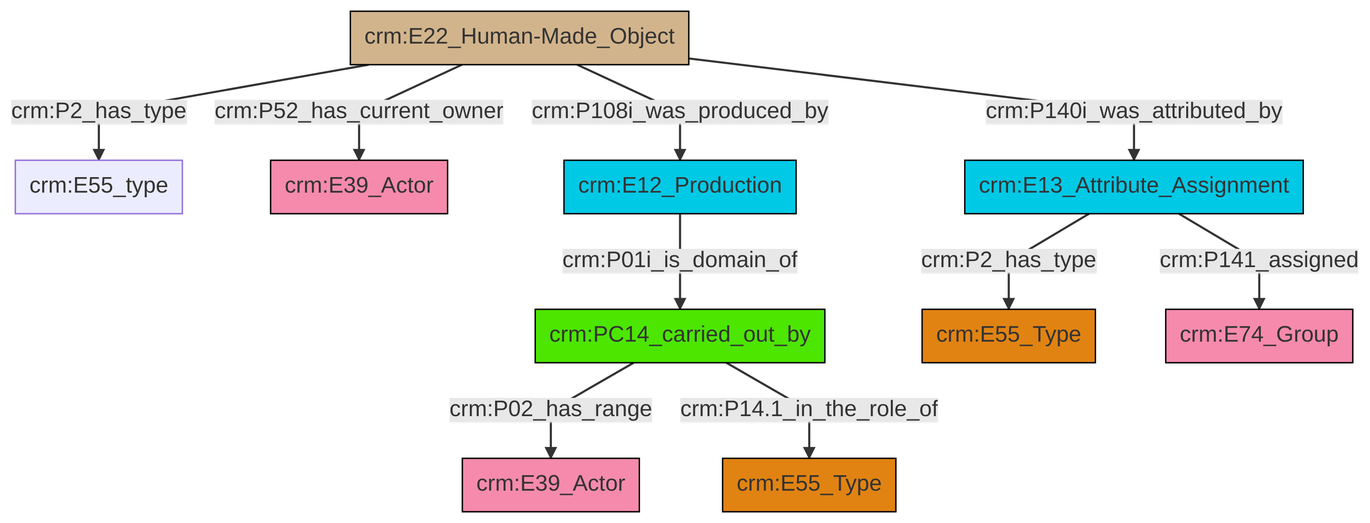
Above: et/builtWorkCSV/ttl/mmd/png/Built_Work_actor_relations.png in swiss-art-research-net/docs.swissartresearch (Mermaid), before the change. Its source is kept beside it as et/builtWorkCSV/ttl/mmd/Built_Work_actor_relations.ttl.mmd.
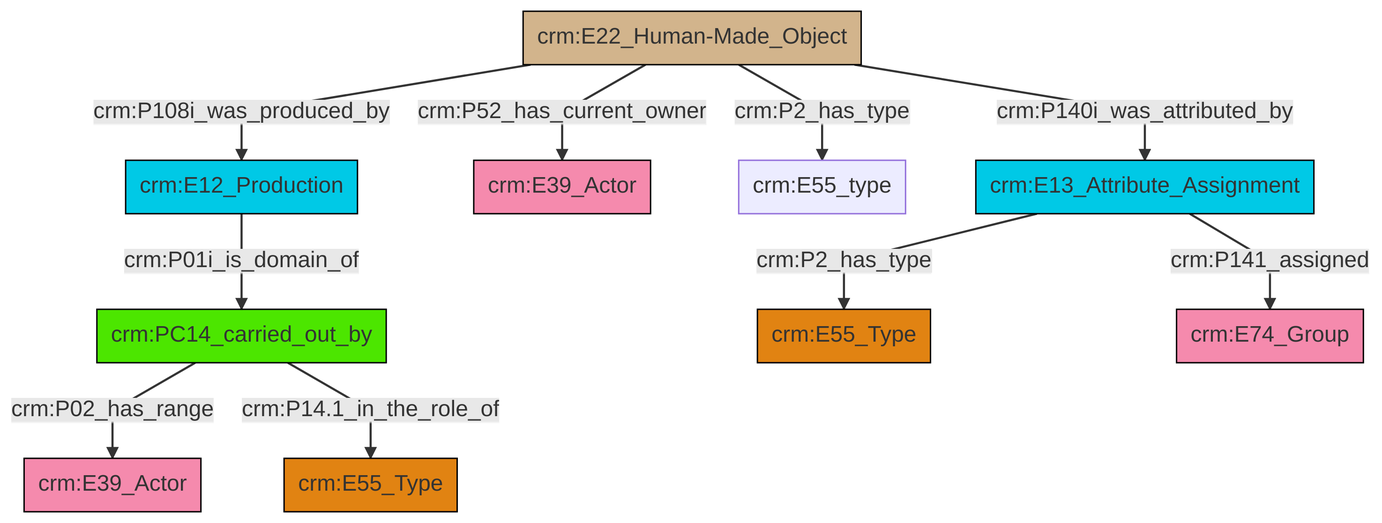
Above is the later version.

Change to the diagram source:
```diff
@@ -13,12 +13,12 @@
 classDef PC_Classes fill:#4ce600, stroke:#000000;
 classDef Multi fill:#cccccc,stroke:#000000;
 
-0["crm:PC14_carried_out_by"]:::PC_Classes -->|crm:P02_has_range| 1["crm:E39_Actor"]:::Actor
-10["crm:E22_Human-Made_Object"]:::Physical_Thing -->|crm:P52_has_current_owner| 11["crm:E39_Actor"]:::Actor
-10["crm:E22_Human-Made_Object"]:::Physical_Thing -->|crm:P108i_was_produced_by| 13["crm:E12_Production"]:::Temporal_Entity
-14["crm:E13_Attribute_Assignment"]:::Temporal_Entity -->|crm:P141_assigned| 7["crm:E74_Group"]:::Actor
-10["crm:E22_Human-Made_Object"]:::Physical_Thing -->|crm:P140i_was_attributed_by| 14["crm:E13_Attribute_Assignment"]:::Temporal_Entity
-10["crm:E22_Human-Made_Object"]:::Physical_Thing -->|crm:P2_has_type| 5["crm:E55_type"]:::Default
-0["crm:PC14_carried_out_by"]:::PC_Classes -->|crm:P14.1_in_the_role_of| 15["crm:E55_Type"]:::Type
-14["crm:E13_Attribute_Assignment"]:::Temporal_Entity -->|crm:P2_has_type| 2["crm:E55_Type"]:::Type
-13["crm:E12_Production"]:::Temporal_Entity -->|crm:P01i_is_domain_of| 0["crm:PC14_carried_out_by"]:::PC_Classes
+2["crm:PC14_carried_out_by"]:::PC_Classes -->|crm:P02_has_range| 3["crm:E39_Actor"]:::Actor
+0["crm:E22_Human-Made_Object"]:::Physical_Thing -->|crm:P140i_was_attributed_by| 4["crm:E13_Attribute_Assignment"]:::Temporal_Entity
+0["crm:E22_Human-Made_Object"]:::Physical_Thing -->|crm:P52_has_current_owner| 5["crm:E39_Actor"]:::Actor
+0["crm:E22_Human-Made_Object"]:::Physical_Thing -->|crm:P2_has_type| 7["crm:E55_type"]:::Default
+0["crm:E22_Human-Made_Object"]:::Physical_Thing -->|crm:P108i_was_produced_by| 9["crm:E12_Production"]:::Temporal_Entity
+9["crm:E12_Production"]:::Temporal_Entity -->|crm:P01i_is_domain_of| 2["crm:PC14_carried_out_by"]:::PC_Classes
+2["crm:PC14_carried_out_by"]:::PC_Classes -->|crm:P14.1_in_the_role_of| 18["crm:E55_Type"]:::Type
+4["crm:E13_Attribute_Assignment"]:::Temporal_Entity -->|crm:P141_assigned| 15["crm:E74_Group"]:::Actor
+4["crm:E13_Attribute_Assignment"]:::Temporal_Entity -->|crm:P2_has_type| 11["crm:E55_Type"]:::Type
```
